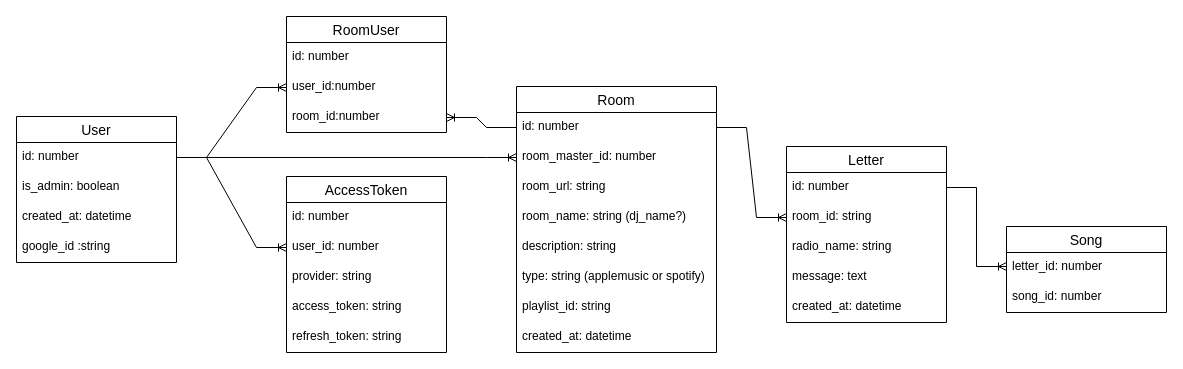
Before: db/dj.drawio in lit-kansai/dj_system-docs, a draw.io diagram. Source tidied: cells renumbered, new cells numbered last; positions are measured from the earlier drawing's top-left corner, leaving out a move shared by most shapes. Both pictures are drawn from the tidied source at 100%, with x=0, y=0 at pixel (16, 16).
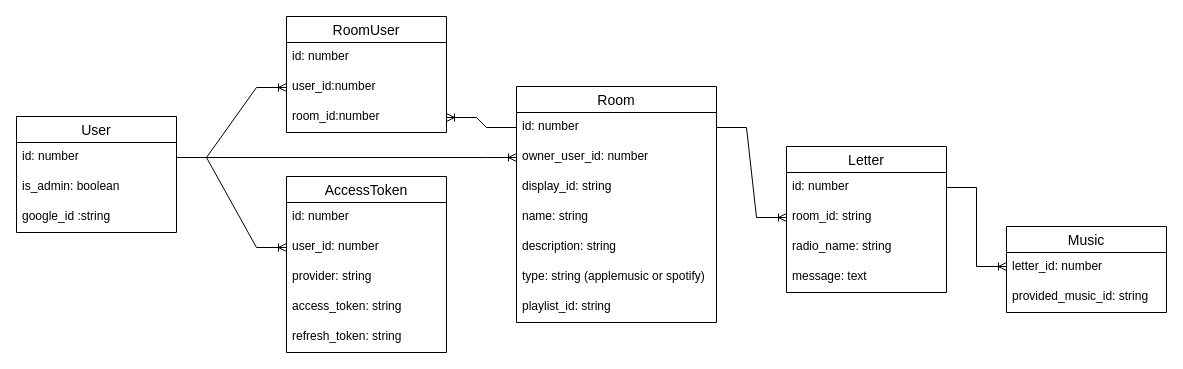
After the change.

Change to the diagram source:
```diff
@@
     <mxCell id="2" value="User" style="swimlane;fontStyle=0;horizontal=1;startSize=26;align=center;fontSize=14;fontFamily=Helvetica;" parent="1" vertex="1">
-      <mxGeometry y="100" width="160" height="146" as="geometry" />
+      <mxGeometry y="100" width="160" height="116" as="geometry" />
     </mxCell>
@@
-    <mxCell id="5" value="created_at: datetime" style="text;strokeColor=none;fillColor=none;spacingLeft=4;spacingRight=4;overflow=hidden;fontSize=12;fontFamily=Helvetica;" parent="2" vertex="1">
-      <mxGeometry y="86" width="160" height="30" as="geometry" />
-    </mxCell>
     <mxCell id="6" value="google_id :string" style="text;strokeColor=none;fillColor=none;spacingLeft=4;spacingRight=4;overflow=hidden;fontSize=12;fontFamily=Helvetica;" parent="2" vertex="1">
-      <mxGeometry y="116" width="160" height="30" as="geometry" />
+      <mxGeometry y="86" width="160" height="30" as="geometry" />
     </mxCell>
     <mxCell id="7" value="Room" style="swimlane;fontStyle=0;horizontal=1;startSize=26;align=center;fontSize=14;fontFamily=Helvetica;" parent="1" vertex="1">
-      <mxGeometry x="500" y="70" width="200" height="266" as="geometry" />
+      <mxGeometry x="500" y="70" width="200" height="236" as="geometry" />
     </mxCell>
@@
-    <mxCell id="9" value="room_master_id: number" style="text;strokeColor=none;fillColor=none;spacingLeft=4;spacingRight=4;overflow=hidden;points=[[0,0.5],[1,0.5]];portConstraint=eastwest;fontSize=12;fontFamily=Helvetica;" parent="7" vertex="1">
+    <mxCell id="9" value="owner_user_id: number" style="text;strokeColor=none;fillColor=none;spacingLeft=4;spacingRight=4;overflow=hidden;points=[[0,0.5],[1,0.5]];portConstraint=eastwest;fontSize=12;fontFamily=Helvetica;" parent="7" vertex="1">
       <mxGeometry y="56" width="200" height="30" as="geometry" />
     </mxCell>
-    <mxCell id="10" value="room_url: string" style="text;strokeColor=none;fillColor=none;spacingLeft=4;spacingRight=4;overflow=hidden;fontSize=12;fontFamily=Helvetica;" parent="7" vertex="1">
+    <mxCell id="10" value="display_id: string" style="text;strokeColor=none;fillColor=none;spacingLeft=4;spacingRight=4;overflow=hidden;fontSize=12;fontFamily=Helvetica;" parent="7" vertex="1">
       <mxGeometry y="86" width="200" height="30" as="geometry" />
     </mxCell>
-    <mxCell id="11" value="room_name: string (dj_name?)" style="text;strokeColor=none;fillColor=none;spacingLeft=4;spacingRight=4;overflow=hidden;fontSize=12;fontFamily=Helvetica;" parent="7" vertex="1">
+    <mxCell id="11" value="name: string" style="text;strokeColor=none;fillColor=none;spacingLeft=4;spacingRight=4;overflow=hidden;fontSize=12;fontFamily=Helvetica;" parent="7" vertex="1">
       <mxGeometry y="116" width="200" height="30" as="geometry" />
     </mxCell>
@@
-    <mxCell id="15" value="created_at: datetime" style="text;strokeColor=none;fillColor=none;spacingLeft=4;spacingRight=4;overflow=hidden;fontSize=12;fontFamily=Helvetica;" parent="7" vertex="1">
-      <mxGeometry y="236" width="200" height="30" as="geometry" />
-    </mxCell>
     <mxCell id="16" value="Letter" style="swimlane;fontStyle=0;horizontal=1;startSize=26;align=center;fontSize=14;fontFamily=Helvetica;" parent="1" vertex="1">
-      <mxGeometry x="770" y="130" width="160" height="176" as="geometry" />
+      <mxGeometry x="770" y="130" width="160" height="146" as="geometry" />
     </mxCell>
@@
-    <mxCell id="21" value="created_at: datetime" style="text;strokeColor=none;fillColor=none;spacingLeft=4;spacingRight=4;overflow=hidden;fontSize=12;fontFamily=Helvetica;" parent="16" vertex="1">
-      <mxGeometry y="146" width="160" height="30" as="geometry" />
-    </mxCell>
@@
-    <mxCell id="23" value="Song" style="swimlane;fontStyle=0;horizontal=1;startSize=26;align=center;fontSize=14;fontFamily=Helvetica;" parent="1" vertex="1">
+    <mxCell id="23" value="Music" style="swimlane;fontStyle=0;horizontal=1;startSize=26;align=center;fontSize=14;fontFamily=Helvetica;" parent="1" vertex="1">
       <mxGeometry x="990" y="210" width="160" height="86" as="geometry" />
     </mxCell>
@@
-    <mxCell id="25" value="song_id: number" style="text;strokeColor=none;fillColor=none;spacingLeft=4;spacingRight=4;overflow=hidden;fontSize=12;fontFamily=Helvetica;" parent="23" vertex="1">
+    <mxCell id="25" value="provided_music_id: string" style="text;strokeColor=none;fillColor=none;spacingLeft=4;spacingRight=4;overflow=hidden;fontSize=12;fontFamily=Helvetica;" parent="23" vertex="1">
       <mxGeometry y="56" width="160" height="30" as="geometry" />
     </mxCell>
```
